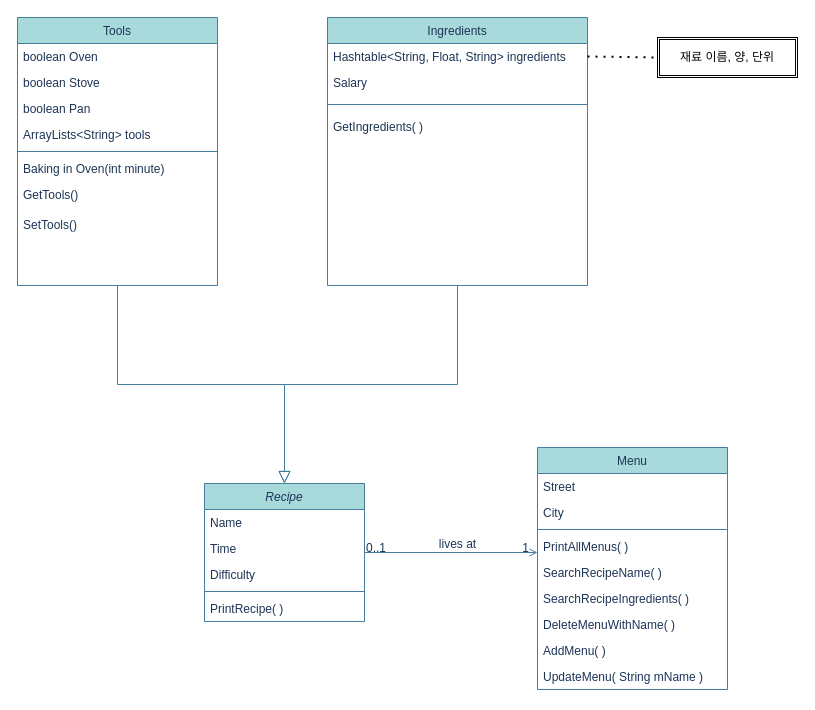
This is Recipe_Project_Diagram.drawio from James0083/Project_Diagram, a draw.io file, before an edit. Source tidied: cells renumbered, new cells numbered last; positions are measured from the earlier drawing's top-left corner, leaving out a move shared by most shapes. Both pictures are drawn from the tidied source at 100%, with x=0, y=0 at pixel (17, 17).
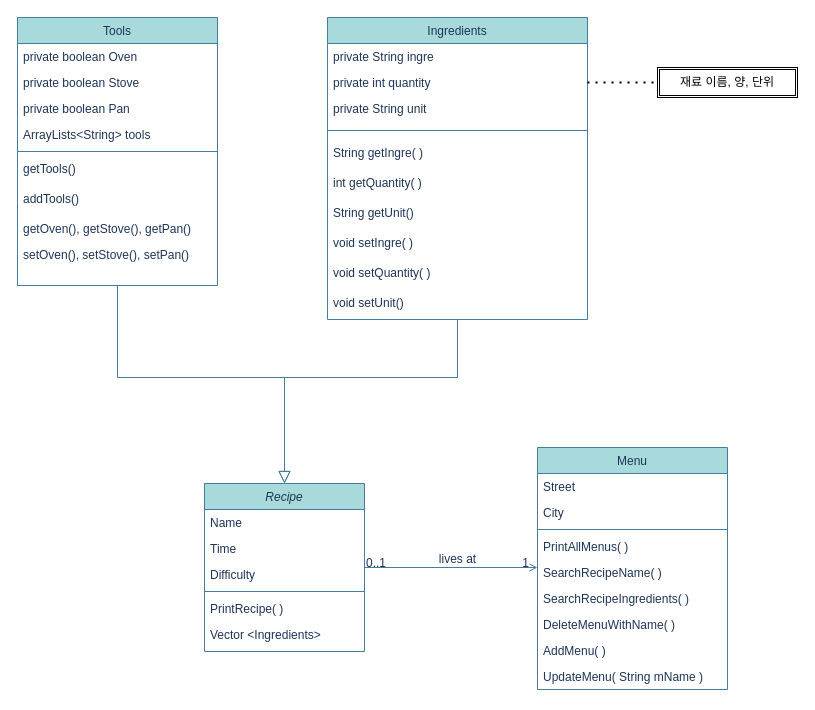
After the change.

Unchanged cells that the change refers to:
```xml
<mxCell id="8" value="Tools" style="swimlane;fontStyle=0;align=center;verticalAlign=top;horizontal=1;startSize=26;rounded=0;shadow=0;strokeWidth=1;labelBackgroundColor=none;fillColor=#A8DADC;strokeColor=#457B9D;fontColor=#1D3557;" parent="1" vertex="1">
  <mxGeometry width="200" height="268" as="geometry" />
</mxCell>
```

Change to the diagram source:
```diff
@@
     <mxCell id="2" value="Recipe" style="swimlane;fontStyle=2;align=center;verticalAlign=top;horizontal=1;startSize=26;rounded=0;shadow=0;strokeWidth=1;labelBackgroundColor=none;fillColor=#A8DADC;strokeColor=#457B9D;fontColor=#1D3557;" parent="1" vertex="1">
-      <mxGeometry x="187" y="466" width="160" height="138" as="geometry" />
+      <mxGeometry x="187" y="466" width="160" height="168" as="geometry" />
     </mxCell>
@@
+    <mxCell id="40" value="Vector &amp;lt;Ingredients&amp;gt;" style="text;html=1;strokeColor=none;fillColor=none;align=left;verticalAlign=top;whiteSpace=wrap;rounded=0;fontColor=#1D3557;spacingLeft=4;spacingRight=4;labelBackgroundColor=none;" parent="2" vertex="1">
+      <mxGeometry y="138" width="160" height="30" as="geometry" />
+    </mxCell>
@@
-    <mxCell id="9" value="boolean Oven" style="text;align=left;verticalAlign=top;spacingLeft=4;spacingRight=4;overflow=hidden;labelBackgroundColor=none;fontColor=#1D3557;" parent="8" vertex="1">
+    <mxCell id="9" value="private boolean Oven" style="text;align=left;verticalAlign=top;spacingLeft=4;spacingRight=4;overflow=hidden;labelBackgroundColor=none;fontColor=#1D3557;" parent="8" vertex="1">
       <mxGeometry y="26" width="200" height="26" as="geometry" />
     </mxCell>
-    <mxCell id="10" value="boolean Stove" style="text;align=left;verticalAlign=top;spacingLeft=4;spacingRight=4;overflow=hidden;rounded=0;shadow=0;html=0;labelBackgroundColor=none;fontColor=#1D3557;" parent="8" vertex="1">
+    <mxCell id="10" value="private boolean Stove" style="text;align=left;verticalAlign=top;spacingLeft=4;spacingRight=4;overflow=hidden;rounded=0;shadow=0;html=0;labelBackgroundColor=none;fontColor=#1D3557;" parent="8" vertex="1">
       <mxGeometry y="52" width="200" height="26" as="geometry" />
     </mxCell>
-    <mxCell id="11" value="boolean&amp;nbsp;Pan" style="text;strokeColor=none;align=left;fillColor=none;html=1;verticalAlign=top;whiteSpace=wrap;rounded=0;fontColor=#1D3557;spacingLeft=4;" parent="8" vertex="1">
+    <mxCell id="11" value="private&amp;nbsp;boolean&amp;nbsp;Pan" style="text;strokeColor=none;align=left;fillColor=none;html=1;verticalAlign=top;whiteSpace=wrap;rounded=0;fontColor=#1D3557;spacingLeft=4;" parent="8" vertex="1">
       <mxGeometry y="78" width="200" height="26" as="geometry" />
     </mxCell>
@@
-    <mxCell id="14" value="Baking in Oven(int minute)" style="text;align=left;verticalAlign=top;spacingLeft=4;spacingRight=4;overflow=hidden;fontStyle=0;labelBackgroundColor=none;fontColor=#1D3557;" parent="8" vertex="1">
-      <mxGeometry y="138" width="200" height="26" as="geometry" />
-    </mxCell>
-    <mxCell id="15" value="GetTools()" style="text;align=left;verticalAlign=top;spacingLeft=4;spacingRight=4;overflow=hidden;labelBackgroundColor=none;fontColor=#1D3557;" parent="8" vertex="1">
-      <mxGeometry y="164" width="200" height="30" as="geometry" />
+    <mxCell id="15" value="getTools()" style="text;align=left;verticalAlign=top;spacingLeft=4;spacingRight=4;overflow=hidden;labelBackgroundColor=none;fontColor=#1D3557;" parent="8" vertex="1">
+      <mxGeometry y="138" width="200" height="30" as="geometry" />
     </mxCell>
-    <mxCell id="16" value="SetTools()" style="text;align=left;verticalAlign=top;spacingLeft=4;spacingRight=4;overflow=hidden;labelBackgroundColor=none;fontColor=#1D3557;" parent="8" vertex="1">
-      <mxGeometry y="194" width="200" height="30" as="geometry" />
+    <mxCell id="16" value="addTools()" style="text;align=left;verticalAlign=top;spacingLeft=4;spacingRight=4;overflow=hidden;labelBackgroundColor=none;fontColor=#1D3557;" parent="8" vertex="1">
+      <mxGeometry y="168" width="200" height="30" as="geometry" />
     </mxCell>
+    <mxCell id="14" value="getOven(), getStove(), getPan()" style="text;align=left;verticalAlign=top;spacingLeft=4;spacingRight=4;overflow=hidden;fontStyle=0;labelBackgroundColor=none;fontColor=#1D3557;" parent="8" vertex="1">
+      <mxGeometry y="198" width="200" height="26" as="geometry" />
+    </mxCell>
+    <mxCell id="41" value="setOven(), setStove(), setPan()" style="text;align=left;verticalAlign=top;spacingLeft=4;spacingRight=4;overflow=hidden;fontStyle=0;labelBackgroundColor=none;fontColor=#1D3557;" parent="8" vertex="1">
+      <mxGeometry y="224" width="200" height="26" as="geometry" />
+    </mxCell>
     <mxCell id="17" style="endArrow=block;endSize=10;endFill=0;shadow=0;strokeWidth=1;rounded=0;edgeStyle=elbowEdgeStyle;elbow=vertical;labelBackgroundColor=none;strokeColor=#457B9D;fontColor=default;" parent="1" edge="1" source="8" target="2">
-      <mxGeometry relative="1" as="geometry" />
+      <mxGeometry relative="1" as="geometry">
+        <Array as="points">
+          <mxPoint x="267" y="360" />
+        </Array>
+      </mxGeometry>
     </mxCell>
     <mxCell id="18" value="Ingredients" style="swimlane;fontStyle=0;align=center;verticalAlign=top;horizontal=1;startSize=26;rounded=0;shadow=0;strokeWidth=1;labelBackgroundColor=none;fillColor=#A8DADC;strokeColor=#457B9D;fontColor=#1D3557;" parent="1" vertex="1">
-      <mxGeometry x="310" width="260" height="268" as="geometry" />
+      <mxGeometry x="310" width="260" height="302" as="geometry" />
     </mxCell>
-    <mxCell id="19" value="Hashtable&lt;String, Float, String&gt; ingredients" style="text;align=left;verticalAlign=top;spacingLeft=4;spacingRight=4;overflow=hidden;points=[[0,0.5],[1,0.5]];portConstraint=eastwest;labelBackgroundColor=none;fontColor=#1D3557;" parent="18" vertex="1">
+    <mxCell id="19" value="private String ingre" style="text;align=left;verticalAlign=top;spacingLeft=4;spacingRight=4;overflow=hidden;points=[[0,0.5],[1,0.5]];portConstraint=eastwest;labelBackgroundColor=none;fontColor=#1D3557;" parent="18" vertex="1">
       <mxGeometry y="26" width="260" height="26" as="geometry" />
     </mxCell>
-    <mxCell id="20" value="Salary" style="text;align=left;verticalAlign=top;spacingLeft=4;spacingRight=4;overflow=hidden;points=[[0,0.5],[1,0.5]];portConstraint=eastwest;labelBackgroundColor=none;fontColor=#1D3557;" parent="18" vertex="1">
+    <mxCell id="20" value="private int quantity" style="text;align=left;verticalAlign=top;spacingLeft=4;spacingRight=4;overflow=hidden;points=[[0,0.5],[1,0.5]];portConstraint=eastwest;labelBackgroundColor=none;fontColor=#1D3557;" parent="18" vertex="1">
       <mxGeometry y="52" width="260" height="26" as="geometry" />
     </mxCell>
+    <mxCell id="42" value="private String unit" style="text;align=left;verticalAlign=top;spacingLeft=4;spacingRight=4;overflow=hidden;labelBackgroundColor=none;fontColor=#1D3557;" parent="18" vertex="1">
+      <mxGeometry y="78" width="260" height="26" as="geometry" />
+    </mxCell>
     <mxCell id="21" style="line;html=1;strokeWidth=1;align=left;verticalAlign=middle;spacingTop=-1;spacingLeft=3;spacingRight=3;labelPosition=right;labelBackgroundColor=none;fillColor=#A8DADC;strokeColor=#457B9D;fontColor=#1D3557;" parent="18" vertex="1">
-      <mxGeometry y="78" width="260" height="18" as="geometry" />
+      <mxGeometry y="104" width="260" height="18" as="geometry" />
     </mxCell>
-    <mxCell id="22" value="GetIngredients( )" style="text;html=1;align=left;verticalAlign=top;strokeColor=none;fillColor=none;fontColor=#1D3557;rounded=0;spacingLeft=4;" parent="18" vertex="1">
-      <mxGeometry y="96" width="260" height="30" as="geometry" />
+    <mxCell id="22" value="String getIngre( )" style="text;html=1;align=left;verticalAlign=top;strokeColor=none;fillColor=none;fontColor=#1D3557;rounded=0;spacingLeft=4;" parent="18" vertex="1">
+      <mxGeometry y="122" width="260" height="30" as="geometry" />
     </mxCell>
+    <mxCell id="43" value="int getQuantity( )" style="text;html=1;align=left;verticalAlign=top;strokeColor=none;fillColor=none;fontColor=#1D3557;rounded=0;spacingLeft=4;" parent="18" vertex="1">
+      <mxGeometry y="152" width="260" height="30" as="geometry" />
+    </mxCell>
+    <mxCell id="44" value="String getUnit()" style="text;html=1;align=left;verticalAlign=top;strokeColor=none;fillColor=none;fontColor=#1D3557;rounded=0;spacingLeft=4;" parent="18" vertex="1">
+      <mxGeometry y="182" width="260" height="30" as="geometry" />
+    </mxCell>
+    <mxCell id="45" value="void setIngre( )" style="text;html=1;align=left;verticalAlign=top;strokeColor=none;fillColor=none;fontColor=#1D3557;rounded=0;spacingLeft=4;" parent="18" vertex="1">
+      <mxGeometry y="212" width="260" height="30" as="geometry" />
+    </mxCell>
+    <mxCell id="46" value="void setQuantity( )" style="text;html=1;align=left;verticalAlign=top;strokeColor=none;fillColor=none;fontColor=#1D3557;rounded=0;spacingLeft=4;" parent="18" vertex="1">
+      <mxGeometry y="242" width="260" height="30" as="geometry" />
+    </mxCell>
+    <mxCell id="47" value="void setUnit()" style="text;html=1;align=left;verticalAlign=top;strokeColor=none;fillColor=none;fontColor=#1D3557;rounded=0;spacingLeft=4;" parent="18" vertex="1">
+      <mxGeometry y="272" width="260" height="30" as="geometry" />
+    </mxCell>
     <mxCell id="23" style="endArrow=block;endSize=10;endFill=0;shadow=0;strokeWidth=1;rounded=0;edgeStyle=elbowEdgeStyle;elbow=vertical;labelBackgroundColor=none;strokeColor=#457B9D;fontColor=default;" parent="1" edge="1" source="18" target="2">
-      <mxGeometry relative="1" as="geometry" />
+      <mxGeometry relative="1" as="geometry">
+        <Array as="points">
+          <mxPoint x="440" y="360" />
+        </Array>
+      </mxGeometry>
     </mxCell>
@@
-    <mxCell id="38" style="endArrow=none;dashed=1;html=1;dashPattern=1 3;strokeWidth=2;rounded=0;exitX=1;exitY=0.5;exitDx=0;exitDy=0;entryX=0;entryY=0.5;entryDx=0;entryDy=0;" parent="1" edge="1" source="19" target="39">
+    <mxCell id="38" style="endArrow=none;dashed=1;html=1;dashPattern=1 3;strokeWidth=2;rounded=0;exitX=1;exitY=0.5;exitDx=0;exitDy=0;entryX=0;entryY=0.5;entryDx=0;entryDy=0;" parent="1" edge="1" source="20" target="39">
       <mxGeometry relative="1" as="geometry" />
     </mxCell>
     <mxCell id="39" value="재료 이름, 양, 단위" style="shape=ext;double=1;rounded=0;whiteSpace=wrap;html=1;" parent="1" vertex="1">
-      <mxGeometry x="640" y="20" width="140" height="40" as="geometry" />
+      <mxGeometry x="640" y="50" width="140" height="30" as="geometry" />
     </mxCell>
```
